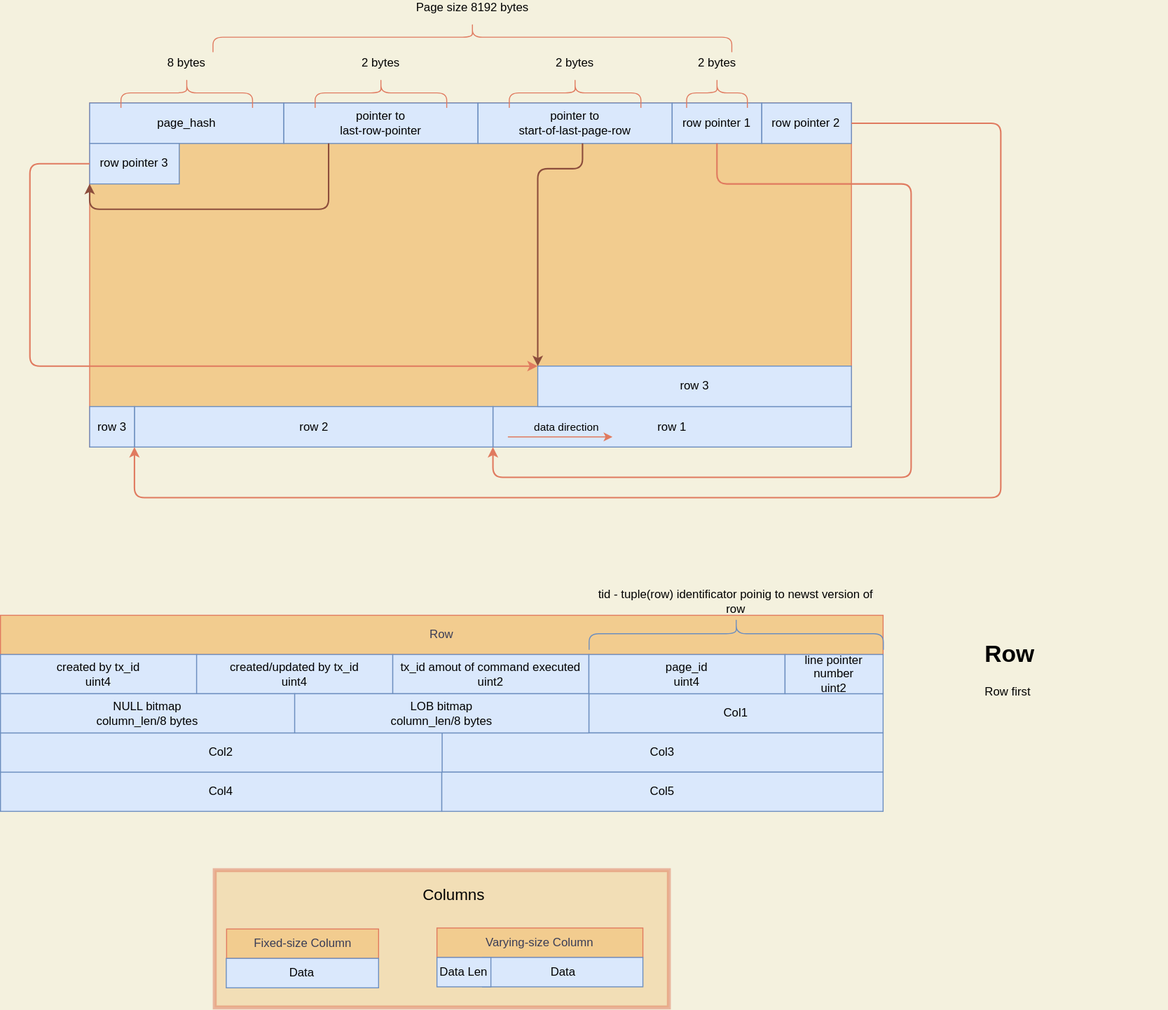
Above: documentacion/page.doc.svg in Harry29-exe/HomegrownDB (draw.io), before the change. Source tidied: cells renumbered, new cells last; positions are measured from the earlier drawing's top-left corner, leaving out a move shared by most shapes.
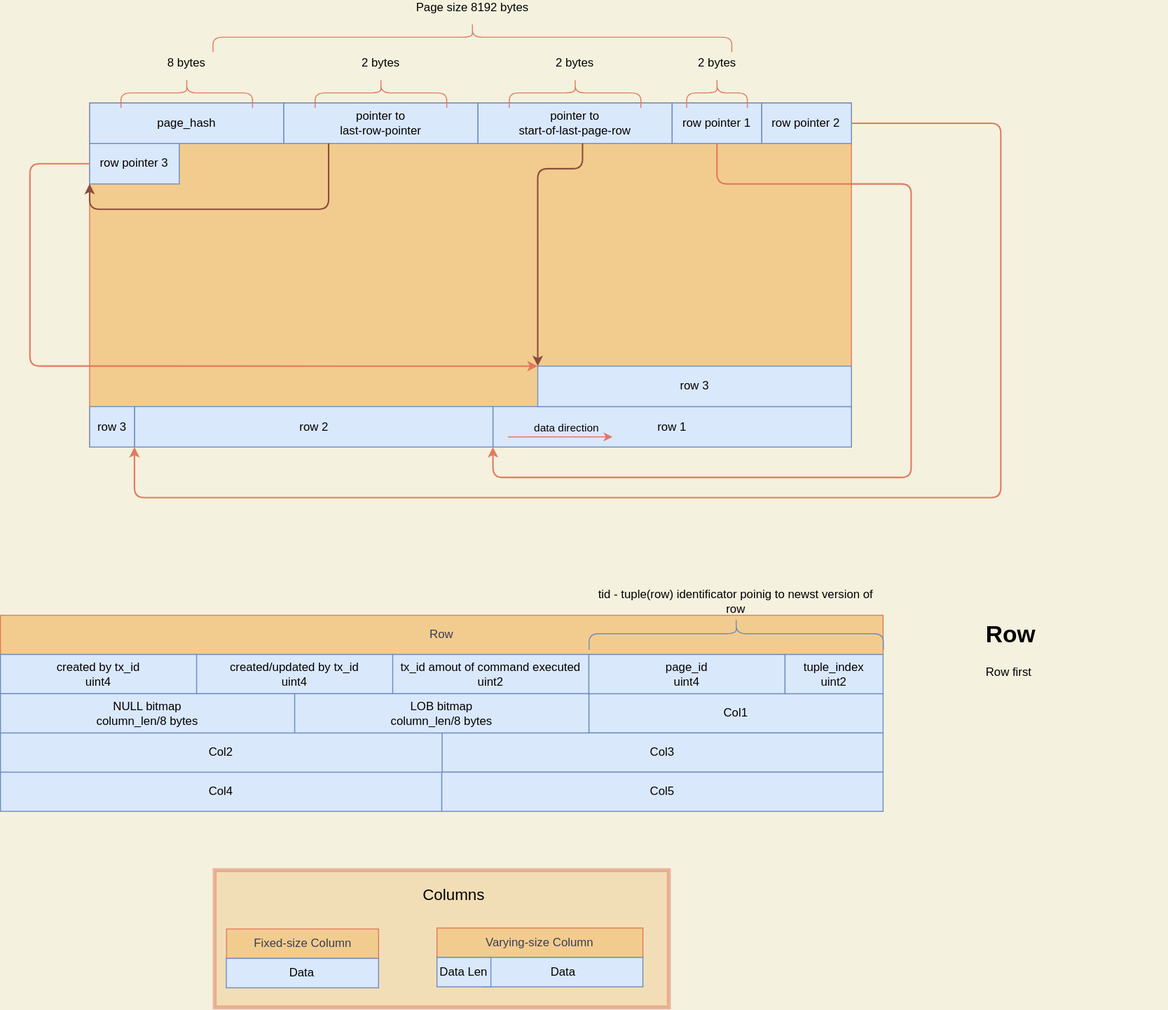
The same file after the commit.

Commit message:
fixed tid so now its composite of PageId and TupleIndex instead of PageId and InPagePointer, deleted column type and added LobBitmap

The edit, as a diff of the source:
```diff
@@ -136,7 +136,7 @@
       <mxGeometry x="436" y="-254.2" width="30.5" height="529" as="geometry" />
     </mxCell>
     <mxCell id="35" value="&lt;h1&gt;Row&lt;/h1&gt;&lt;p&gt;Row first&amp;nbsp;&lt;/p&gt;" style="text;html=1;strokeColor=none;fillColor=none;spacing=5;spacingTop=-20;whiteSpace=wrap;overflow=hidden;rounded=0;fontColor=#000000;" parent="1" vertex="1">
-      <mxGeometry x="999.3" y="874" width="190" height="120" as="geometry" />
+      <mxGeometry x="1000" y="854" width="190" height="120" as="geometry" />
     </mxCell>
     <mxCell id="36" value="Row" style="rounded=0;whiteSpace=wrap;html=1;sketch=0;fontColor=#393C56;strokeColor=#E07A5F;fillColor=#F2CC8F;" parent="1" vertex="1">
       <mxGeometry y="854" width="900" height="40" as="geometry" />
@@ -165,7 +165,7 @@
     <mxCell id="44" value="&lt;font color=&quot;#000000&quot;&gt;page_id&lt;br&gt;uint4&lt;br&gt;&lt;/font&gt;" style="rounded=0;whiteSpace=wrap;html=1;strokeColor=#6c8ebf;fillColor=#dae8fc;sketch=0;" parent="1" vertex="1">
       <mxGeometry x="600" y="894" width="200" height="40" as="geometry" />
     </mxCell>
-    <mxCell id="45" value="&lt;font color=&quot;#000000&quot;&gt;line pointer number&lt;br&gt;uint2&lt;br&gt;&lt;/font&gt;" style="rounded=0;whiteSpace=wrap;html=1;strokeColor=#6c8ebf;fillColor=#dae8fc;sketch=0;" parent="1" vertex="1">
+    <mxCell id="45" value="&lt;font color=&quot;#000000&quot;&gt;tuple_index&lt;br&gt;uint2&lt;br&gt;&lt;/font&gt;" style="rounded=0;whiteSpace=wrap;html=1;strokeColor=#6c8ebf;fillColor=#dae8fc;sketch=0;" parent="1" vertex="1">
       <mxGeometry x="800" y="894" width="100" height="40" as="geometry" />
     </mxCell>
     <mxCell id="46" value="&lt;font color=&quot;#000000&quot;&gt;Col2&lt;/font&gt;" style="rounded=0;whiteSpace=wrap;html=1;strokeColor=#6c8ebf;fillColor=#dae8fc;sketch=0;" parent="1" vertex="1">
```
